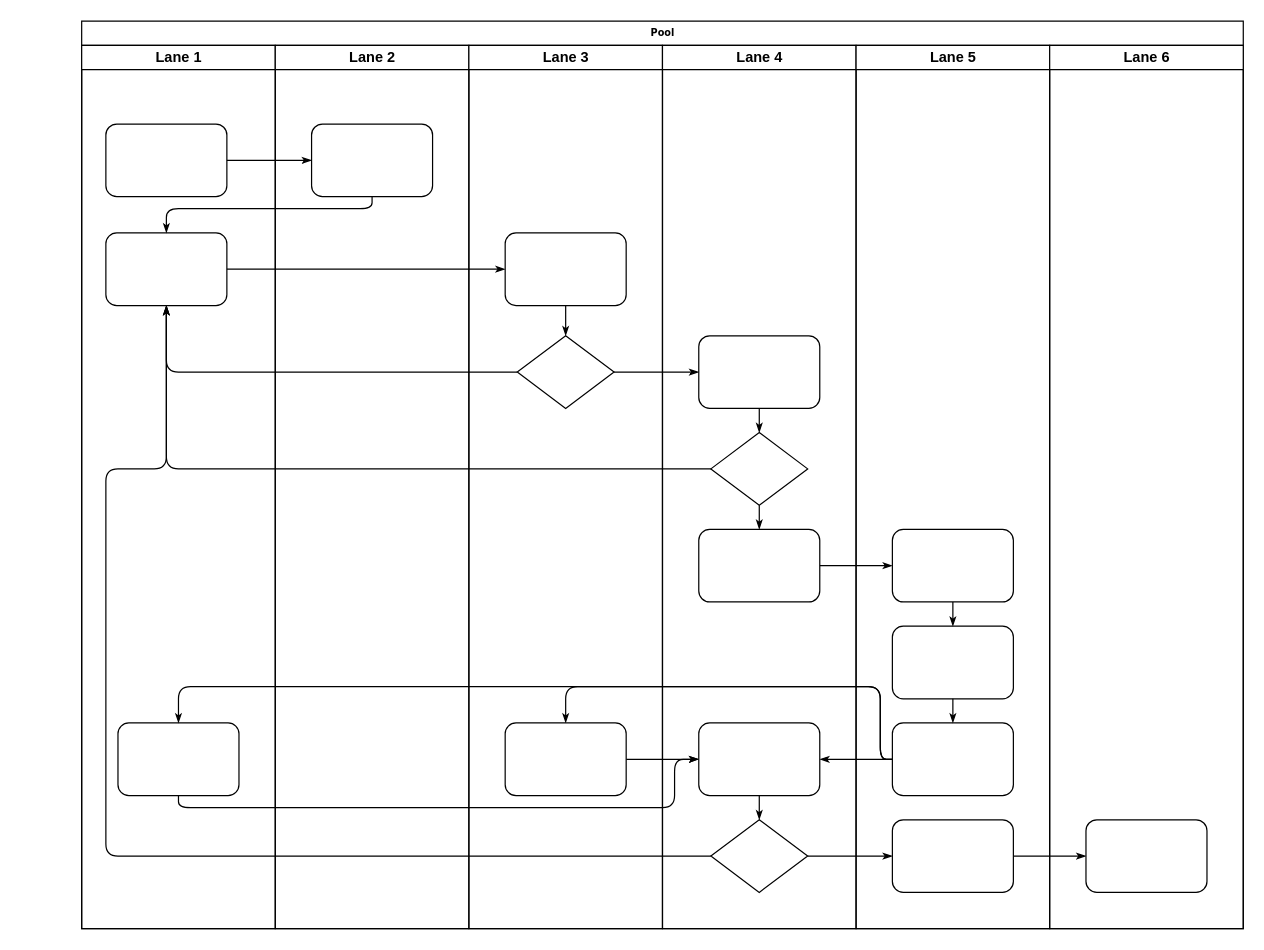
The draw.io diagram 未命名绘图.drawio in GHNewBird/lx-java-example, before the edit. Source tidied: cells renumbered, new cells numbered last; positions are measured from the earlier drawing's top-left corner, leaving out a move shared by most shapes. Both pictures are drawn from the tidied source at 121%, with x=0, y=0 at pixel (81, 21).
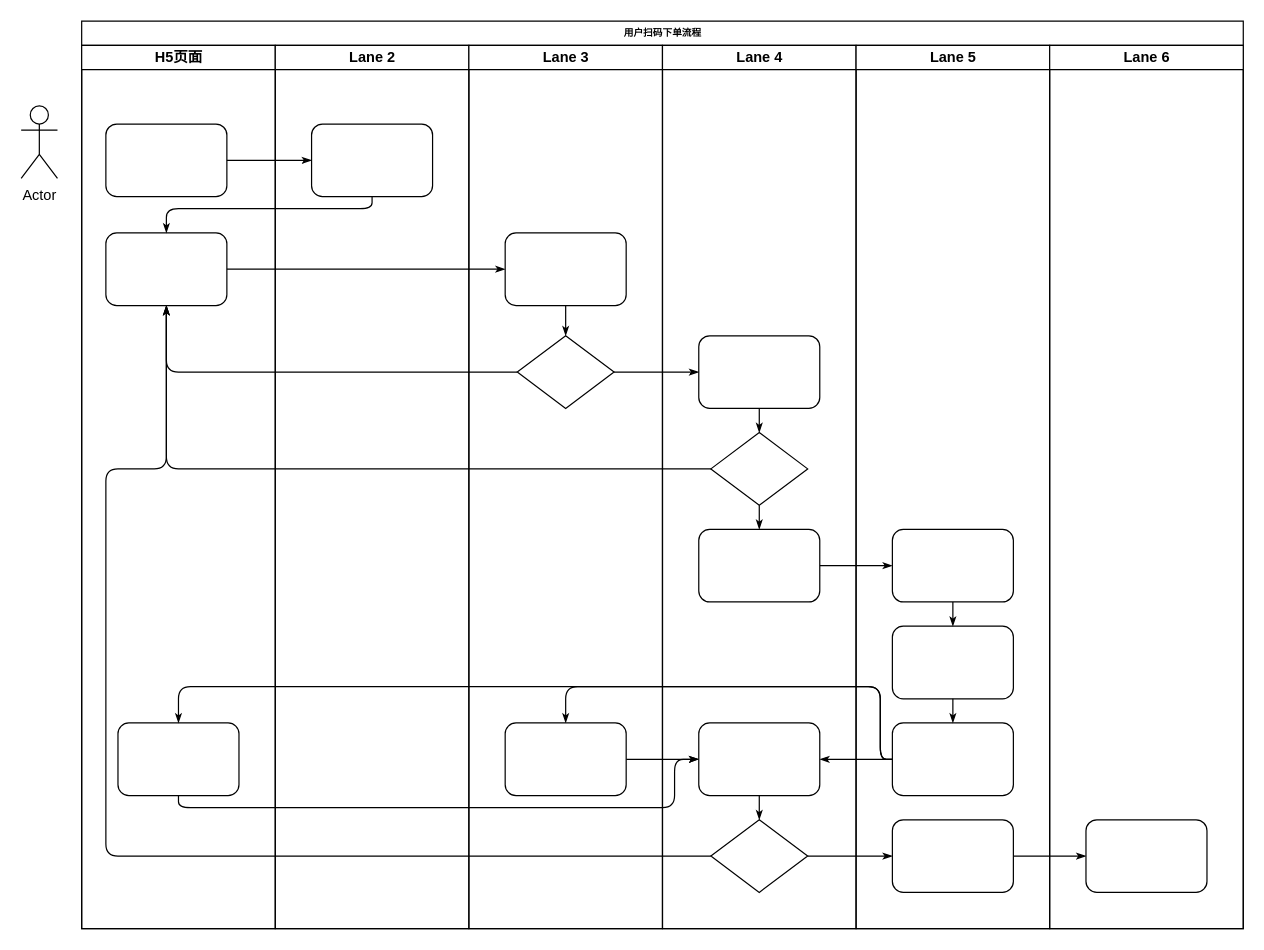
Above is the later version.

The edit, as a diff of the source:
```diff
@@
-    <mxCell id="2" value="Pool" style="swimlane;html=1;startSize=20;rounded=0;shadow=0;labelBackgroundColor=none;strokeWidth=1;fontFamily=Verdana;fontSize=8;align=center;" parent="1" vertex="1">
+    <mxCell id="2" value="用户扫码下单流程" style="swimlane;html=1;startSize=20;rounded=0;shadow=0;labelBackgroundColor=none;strokeWidth=1;fontFamily=Verdana;fontSize=8;align=center;" parent="1" vertex="1">
       <mxGeometry width="960" height="750" as="geometry" />
     </mxCell>
-    <mxCell id="3" value="Lane 1" style="swimlane;html=1;startSize=20;" parent="2" vertex="1">
+    <mxCell id="3" value="H5页面" style="swimlane;html=1;startSize=20;" parent="2" vertex="1">
       <mxGeometry y="20" width="160" height="730" as="geometry" />
     </mxCell>
@@
+    <mxCell id="47" value="Actor" style="shape=umlActor;verticalLabelPosition=bottom;verticalAlign=top;html=1;" parent="1" vertex="1">
+      <mxGeometry x="-50" y="70" width="30" height="60" as="geometry" />
+    </mxCell>
```
